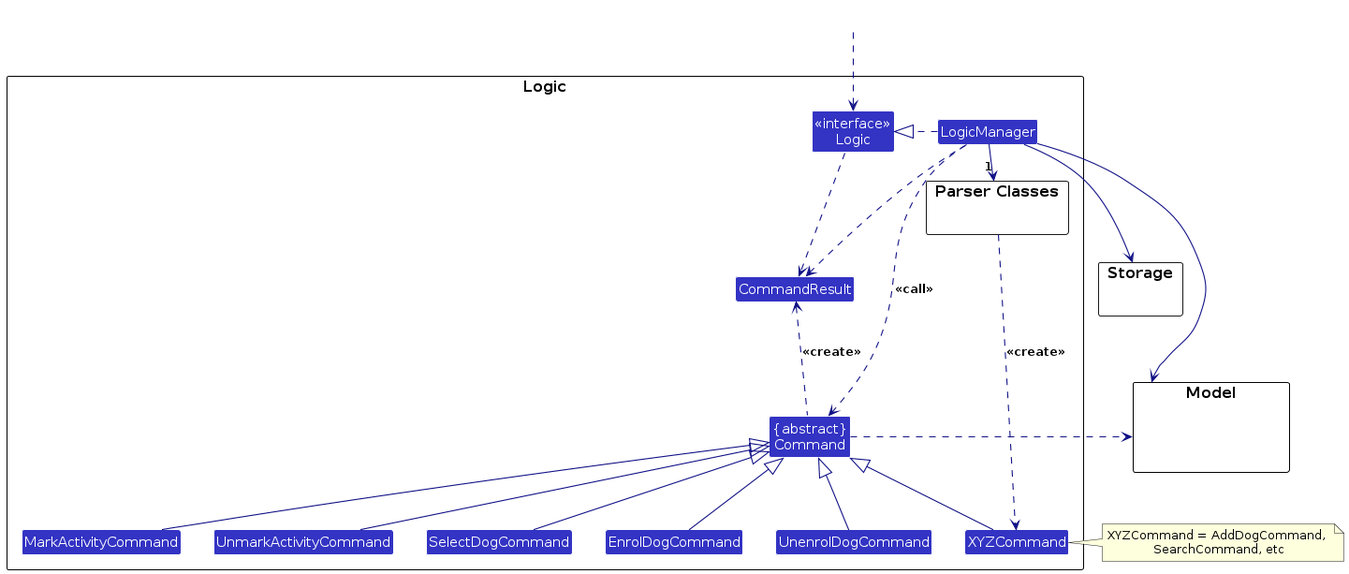
The PlantUML diagram diagrams/LogicClassDiagram.png in AY2627S1-CS2103T-T15-4/tp, before a commit. Its source is kept beside it as diagrams/LogicClassDiagram.puml.
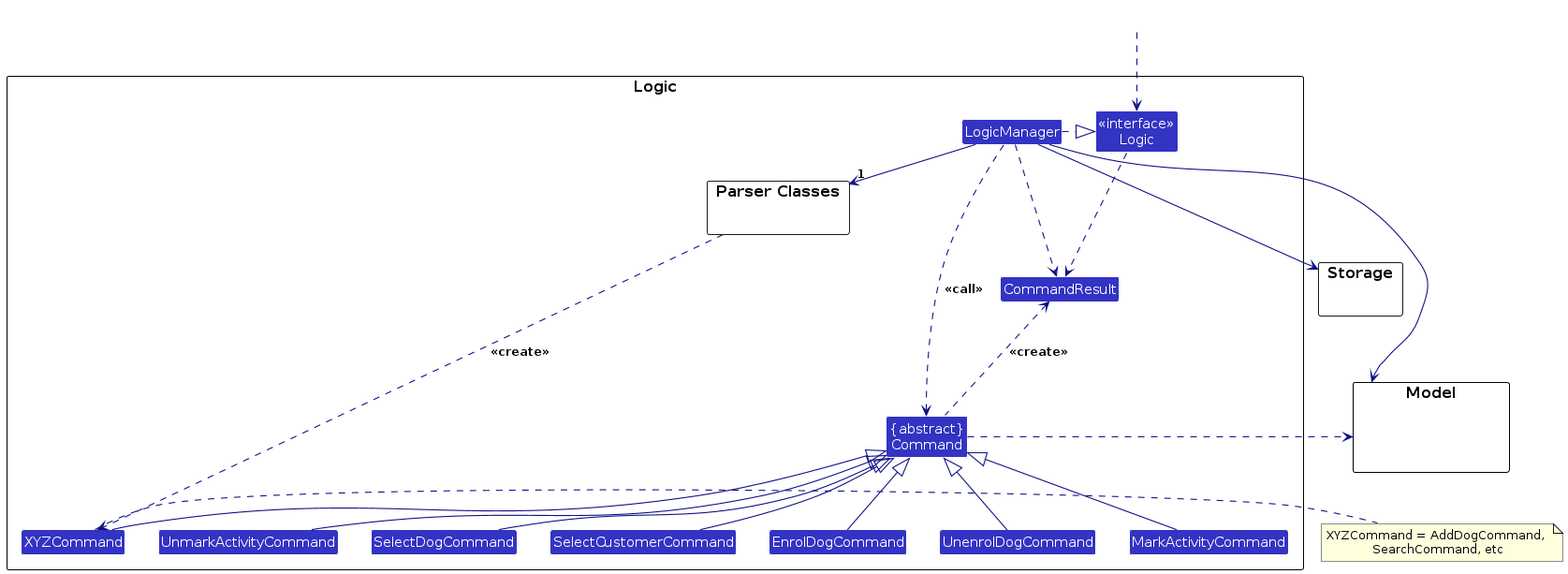
After the change.

The edit, as a diff of the source:
```diff
@@ -14,6 +14,7 @@
 Class MarkActivityCommand
 Class UnmarkActivityCommand
 Class SelectDogCommand
+Class SelectCustomerCommand
 Class CommandResult
 Class "{abstract}\nCommand" as Command
 
@@ -42,6 +43,7 @@
 MarkActivityCommand -up-|> Command
 UnmarkActivityCommand -up-|> Command
 SelectDogCommand -up-|> Command
+SelectCustomerCommand -up-|> Command
 LogicManager .left.> Command : <<call>>
 
 LogicManager --> Model
```
